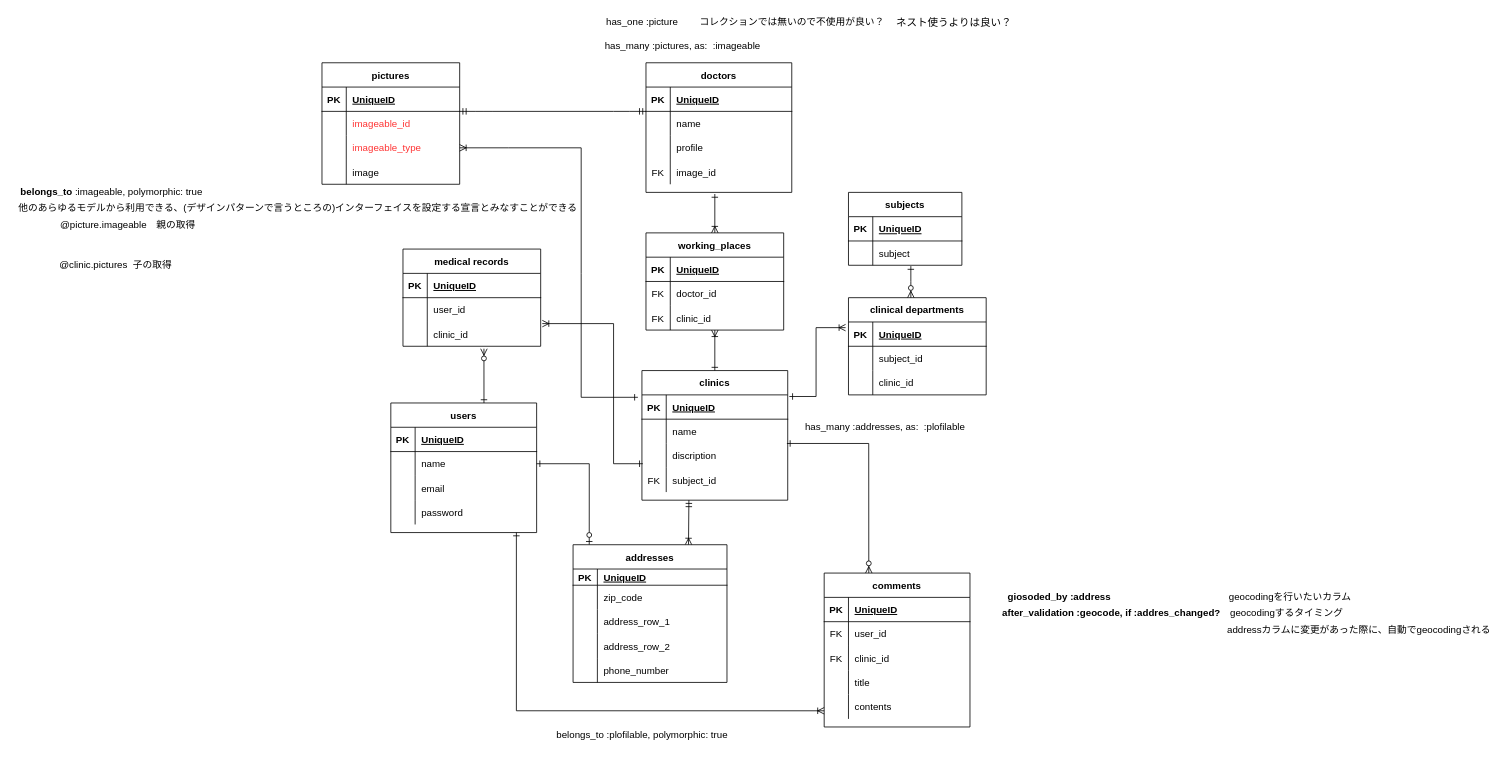
Above: page "help_doctor" (4 of 4) of Untitled Diagram.drawio in Sec-il-n/dic_guraduate_parts (draw.io), before the change. Source tidied: cells renumbered, new cells numbered last; positions are measured from the earlier drawing's top-left corner, leaving out a move shared by most shapes. Both pictures are drawn from the tidied source at 81%, with x=0, y=0 at pixel (14, 14).
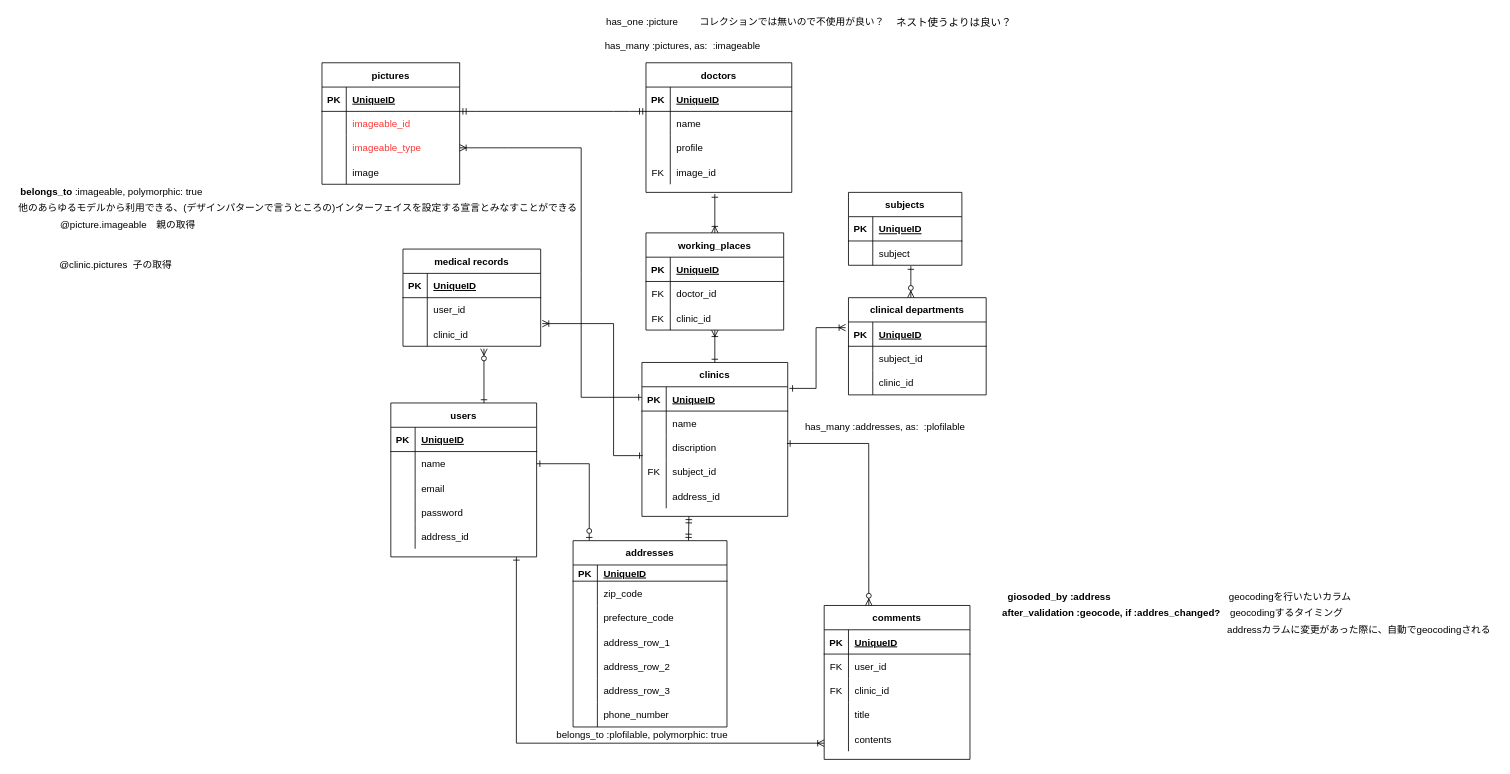
The same diagram, later.

Commit message:
Untitled Diagram.drawio を更新します

The change refers to these unchanged cells:
```xml
<mxCell id="22" style="shape=partialRectangle;fillColor=none;top=0;left=0;bottom=0;right=0;points=[[0,0.5],[1,0.5]];portConstraint=eastwest;" parent="15" vertex="1">
  <mxGeometry y="90" width="170" height="30" as="geometry" />
</mxCell>
<mxCell id="29" style="shape=partialRectangle;fillColor=none;top=0;left=0;bottom=1;right=0;points=[[0,0.5],[1,0.5]];portConstraint=eastwest;" parent="28" vertex="1">
  <mxGeometry y="30" width="180" height="30" as="geometry" />
</mxCell>
<mxCell id="35" style="shape=partialRectangle;fillColor=none;top=0;left=0;bottom=0;right=0;points=[[0,0.5],[1,0.5]];portConstraint=eastwest;" parent="28" vertex="1">
  <mxGeometry y="90" width="180" height="30" as="geometry" />
</mxCell>
<mxCell id="75" style="shape=partialRectangle;fillColor=none;top=0;left=0;bottom=0;right=0;points=[[0,0.5],[1,0.5]];portConstraint=eastwest;" parent="68" vertex="1">
  <mxGeometry y="90" width="170" height="30" as="geometry" />
</mxCell>
<mxCell id="92" style="shape=partialRectangle;fillColor=none;top=0;left=0;bottom=0;right=0;points=[[0,0.5],[1,0.5]];portConstraint=eastwest;" parent="79" vertex="1">
  <mxGeometry y="150" width="180" height="30" as="geometry" />
</mxCell>
<mxCell id="97" style="shape=partialRectangle;fillColor=none;top=0;left=0;bottom=1;right=0;points=[[0,0.5],[1,0.5]];portConstraint=eastwest;" parent="96" vertex="1">
  <mxGeometry y="30" width="170" height="30" as="geometry" />
</mxCell>
```

Change to the diagram source:
```diff
@@
     <mxCell id="2" value="users" style="shape=table;startSize=30;childLayout=tableLayout;rowLines=0;fontStyle=1;align=center;" parent="1" vertex="1">
-      <mxGeometry x="465" y="480" width="180" height="160" as="geometry" />
+      <mxGeometry x="465" y="480" width="180" height="190" as="geometry" />
     </mxCell>
@@
+    <mxCell id="150" style="shape=partialRectangle;fillColor=none;top=0;left=0;bottom=0;right=0;" parent="2" vertex="1">
+      <mxGeometry y="150" width="180" height="30" as="geometry" />
+    </mxCell>
+    <mxCell id="151" style="shape=partialRectangle;fillColor=none;top=0;left=0;bottom=0;right=0;overflow=hidden;" parent="150" vertex="1">
+      <mxGeometry width="30" height="30" as="geometry" />
+    </mxCell>
+    <mxCell id="152" value="address_id" style="shape=partialRectangle;fillColor=none;top=0;left=0;bottom=0;right=0;align=left;spacingLeft=6;overflow=hidden;" parent="150" vertex="1">
+      <mxGeometry x="30" width="150" height="30" as="geometry" />
+    </mxCell>
@@
     <mxCell id="28" value="clinics" style="shape=table;startSize=30;childLayout=tableLayout;rowLines=0;fontStyle=1;align=center;" parent="1" vertex="1">
-      <mxGeometry x="775" y="440" width="180" height="160" as="geometry" />
+      <mxGeometry x="775" y="430" width="180" height="190" as="geometry" />
     </mxCell>
@@
+    <mxCell id="153" style="shape=partialRectangle;fillColor=none;top=0;left=0;bottom=0;right=0;" parent="28" vertex="1">
+      <mxGeometry y="150" width="180" height="30" as="geometry" />
+    </mxCell>
+    <mxCell id="154" style="shape=partialRectangle;fillColor=none;top=0;left=0;bottom=0;right=0;overflow=hidden;" parent="153" vertex="1">
+      <mxGeometry width="30" height="30" as="geometry" />
+    </mxCell>
+    <mxCell id="155" value="address_id" style="shape=partialRectangle;fillColor=none;top=0;left=0;bottom=0;right=0;align=left;spacingLeft=6;overflow=hidden;" parent="153" vertex="1">
+      <mxGeometry x="30" width="150" height="30" as="geometry" />
+    </mxCell>
@@
     <mxCell id="66" style="endArrow=ERoneToMany;html=1;rounded=0;fontColor=#000000;endFill=0;startArrow=ERone;startFill=0;entryX=1;entryY=0.5;entryDx=0;entryDy=0;" parent="1" edge="1" target="22">
       <mxGeometry relative="1" as="geometry">
-        <mxPoint x="770" y="473" as="sourcePoint" />
+        <mxPoint x="775" y="473" as="sourcePoint" />
         <Array as="points">
           <mxPoint x="700" y="473" />
           <mxPoint x="700" y="320" />
           <mxPoint x="700" y="165" />
           <mxPoint x="610" y="165" />
         </Array>
       </mxGeometry>
     </mxCell>
@@
-    <mxCell id="78" style="endArrow=ERoneToMany;html=1;rounded=0;fontColor=#000000;endFill=0;startArrow=ERmandOne;startFill=0;entryX=0.75;entryY=0;entryDx=0;entryDy=0;" parent="1" edge="1" target="124">
+    <mxCell id="78" style="endArrow=ERmandOne;html=1;rounded=0;fontColor=#000000;endFill=0;startArrow=ERmandOne;startFill=0;entryX=0.75;entryY=0;entryDx=0;entryDy=0;" parent="1" edge="1" target="124">
       <mxGeometry relative="1" as="geometry">
-        <mxPoint x="833" y="600" as="sourcePoint" />
+        <mxPoint x="833" y="620" as="sourcePoint" />
       </mxGeometry>
     </mxCell>
     <mxCell id="79" value="comments" style="shape=table;startSize=30;childLayout=tableLayout;rowLines=0;fontStyle=1;align=center;strokeColor=#000000;fillColor=#FFFFFF;fontColor=#000000;" parent="1" vertex="1">
-      <mxGeometry x="1000" y="690" width="180" height="190" as="geometry" />
+      <mxGeometry x="1000" y="730" width="180" height="190" as="geometry" />
     </mxCell>
@@
     <mxCell id="106" style="endArrow=ERone;html=1;rounded=0;fontColor=#000000;endFill=0;startArrow=ERoneToMany;startFill=0;entryX=1.011;entryY=0.067;entryDx=0;entryDy=0;entryPerimeter=0;exitX=-0.021;exitY=0.233;exitDx=0;exitDy=0;exitPerimeter=0;" parent="1" edge="1" source="97" target="29">
       <mxGeometry relative="1" as="geometry">
         <Array as="points">
           <mxPoint x="990" y="387" />
-          <mxPoint x="990" y="472" />
+          <mxPoint x="990" y="462" />
         </Array>
       </mxGeometry>
     </mxCell>
@@
     <mxCell id="117" style="endArrow=ERone;html=1;rounded=0;fontColor=#000000;endFill=0;startArrow=ERoneToMany;startFill=0;exitX=1.012;exitY=0.067;exitDx=0;exitDy=0;exitPerimeter=0;entryX=0.006;entryY=0.833;entryDx=0;entryDy=0;entryPerimeter=0;" parent="1" edge="1" source="75" target="35">
       <mxGeometry relative="1" as="geometry">
         <Array as="points">
           <mxPoint x="740" y="382" />
-          <mxPoint x="740" y="555" />
+          <mxPoint x="740" y="545" />
         </Array>
       </mxGeometry>
     </mxCell>
@@
     <mxCell id="119" style="endArrow=ERoneToMany;html=1;rounded=0;fontColor=#000000;endFill=0;startArrow=ERone;startFill=0;entryX=0;entryY=0.667;entryDx=0;entryDy=0;entryPerimeter=0;" parent="1" edge="1" target="92">
       <mxGeometry relative="1" as="geometry">
-        <mxPoint x="620" y="640" as="sourcePoint" />
+        <mxPoint x="620" y="670" as="sourcePoint" />
         <Array as="points">
-          <mxPoint x="620" y="860" />
+          <mxPoint x="620" y="900" />
         </Array>
       </mxGeometry>
     </mxCell>
@@
     <mxCell id="124" value="addresses" style="shape=table;startSize=30;childLayout=tableLayout;rowLines=0;fontStyle=1;align=center;fillColor=#FFFFFF;fontColor=#000000;" parent="1" vertex="1">
-      <mxGeometry x="690" y="655" width="190" height="170" as="geometry" />
+      <mxGeometry x="690" y="650" width="190" height="230" as="geometry" />
     </mxCell>
@@
+    <mxCell id="156" style="shape=partialRectangle;fillColor=none;top=0;left=0;bottom=0;right=0;" parent="124" vertex="1">
+      <mxGeometry y="80" width="190" height="30" as="geometry" />
+    </mxCell>
+    <mxCell id="157" style="shape=partialRectangle;fillColor=none;top=0;left=0;bottom=0;right=0;overflow=hidden;" parent="156" vertex="1">
+      <mxGeometry width="30" height="30" as="geometry" />
+    </mxCell>
+    <mxCell id="158" value="prefecture_code" style="shape=partialRectangle;fillColor=none;top=0;left=0;bottom=0;right=0;align=left;spacingLeft=6;overflow=hidden;" parent="156" vertex="1">
+      <mxGeometry x="30" width="160" height="30" as="geometry" />
+    </mxCell>
     <mxCell id="131" style="shape=partialRectangle;fillColor=none;top=0;left=0;bottom=0;right=0;" parent="124" vertex="1">
-      <mxGeometry y="80" width="190" height="30" as="geometry" />
+      <mxGeometry y="110" width="190" height="30" as="geometry" />
     </mxCell>
@@
     <mxCell id="134" style="shape=partialRectangle;fillColor=none;top=0;left=0;bottom=0;right=0;" parent="124" vertex="1">
-      <mxGeometry y="110" width="190" height="30" as="geometry" />
+      <mxGeometry y="140" width="190" height="30" as="geometry" />
     </mxCell>
@@
+    <mxCell id="159" style="shape=partialRectangle;fillColor=none;top=0;left=0;bottom=0;right=0;" parent="124" vertex="1">
+      <mxGeometry y="170" width="190" height="30" as="geometry" />
+    </mxCell>
+    <mxCell id="160" style="shape=partialRectangle;fillColor=none;top=0;left=0;bottom=0;right=0;overflow=hidden;" parent="159" vertex="1">
+      <mxGeometry width="30" height="30" as="geometry" />
+    </mxCell>
+    <mxCell id="161" value="address_row_3" style="shape=partialRectangle;fillColor=none;top=0;left=0;bottom=0;right=0;align=left;spacingLeft=6;overflow=hidden;" parent="159" vertex="1">
+      <mxGeometry x="30" width="160" height="30" as="geometry" />
+    </mxCell>
     <mxCell id="137" style="shape=partialRectangle;fillColor=none;top=0;left=0;bottom=0;right=0;" parent="124" vertex="1">
-      <mxGeometry y="140" width="190" height="30" as="geometry" />
+      <mxGeometry y="200" width="190" height="30" as="geometry" />
     </mxCell>
```
